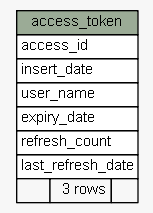
engineerscraft/hrms keeps this Graphviz diagram as docs/database/schemaspy/graphs/summary/access_token.1degree.png. Above is the earlier version. Its source is kept beside it as docs/database/schemaspy/graphs/summary/access_token.1degree.dot.
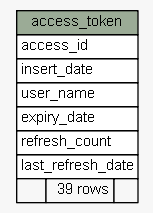
The same file after the commit.

The edit, as a diff of the source:
```diff
@@ -21,7 +21,7 @@
       <TR><TD PORT="expiry_date" COLSPAN="3" ALIGN="LEFT">expiry_date</TD></TR>
       <TR><TD PORT="refresh_count" COLSPAN="3" ALIGN="LEFT">refresh_count</TD></TR>
       <TR><TD PORT="last_refresh_date" COLSPAN="3" ALIGN="LEFT">last_refresh_date</TD></TR>
-      <TR><TD ALIGN="LEFT" BGCOLOR="#f7f7f7">  </TD><TD ALIGN="RIGHT" BGCOLOR="#f7f7f7">3 rows</TD><TD ALIGN="RIGHT" BGCOLOR="#f7f7f7">  </TD></TR>
+      <TR><TD ALIGN="LEFT" BGCOLOR="#f7f7f7">  </TD><TD ALIGN="RIGHT" BGCOLOR="#f7f7f7">39 rows</TD><TD ALIGN="RIGHT" BGCOLOR="#f7f7f7">  </TD></TR>
     </TABLE>>
     URL="tables/access_token.html#"
     tooltip="access_token"
```
